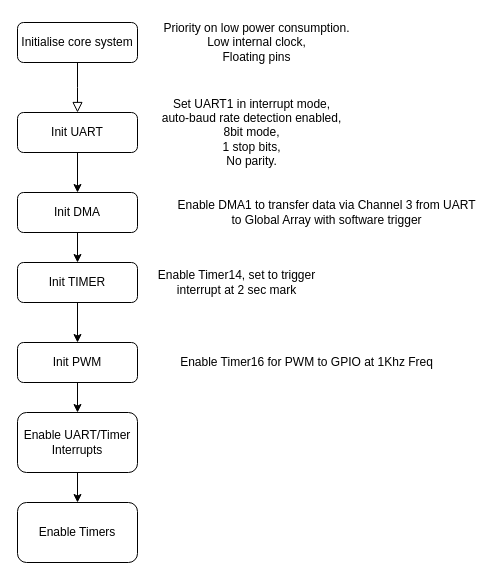
nagars/CPDM-IISc keeps this draw.io diagram as page "Init" (1 of 6) of Documentation/Flowchart.drawio. Above is the earlier version. Source tidied: cells renumbered, new cells numbered last; positions are measured from the earlier drawing's top-left corner, leaving out a move shared by most shapes. Both pictures are drawn from the tidied source at 100%, with x=0, y=0 at pixel (17, 17).
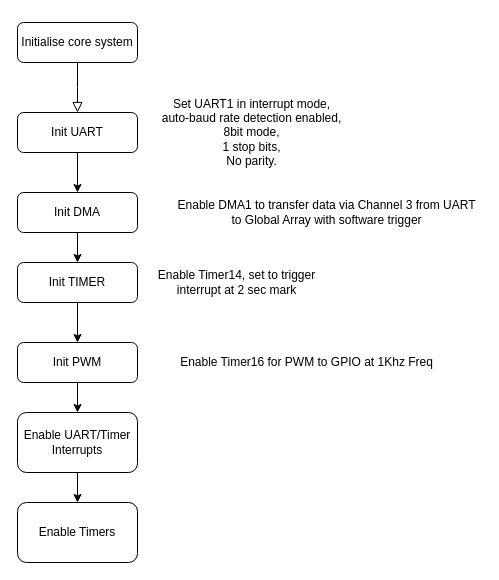
Above is the later version.

What changed in the source:
```diff
@@
-    <mxCell id="18" value="Priority on low power consumption.&lt;br&gt;Low internal clock,&lt;br&gt;Floating pins" style="text;html=1;align=center;verticalAlign=middle;" parent="1" vertex="1">
-      <mxGeometry x="139" width="200" height="50" as="geometry" />
-    </mxCell>
```
